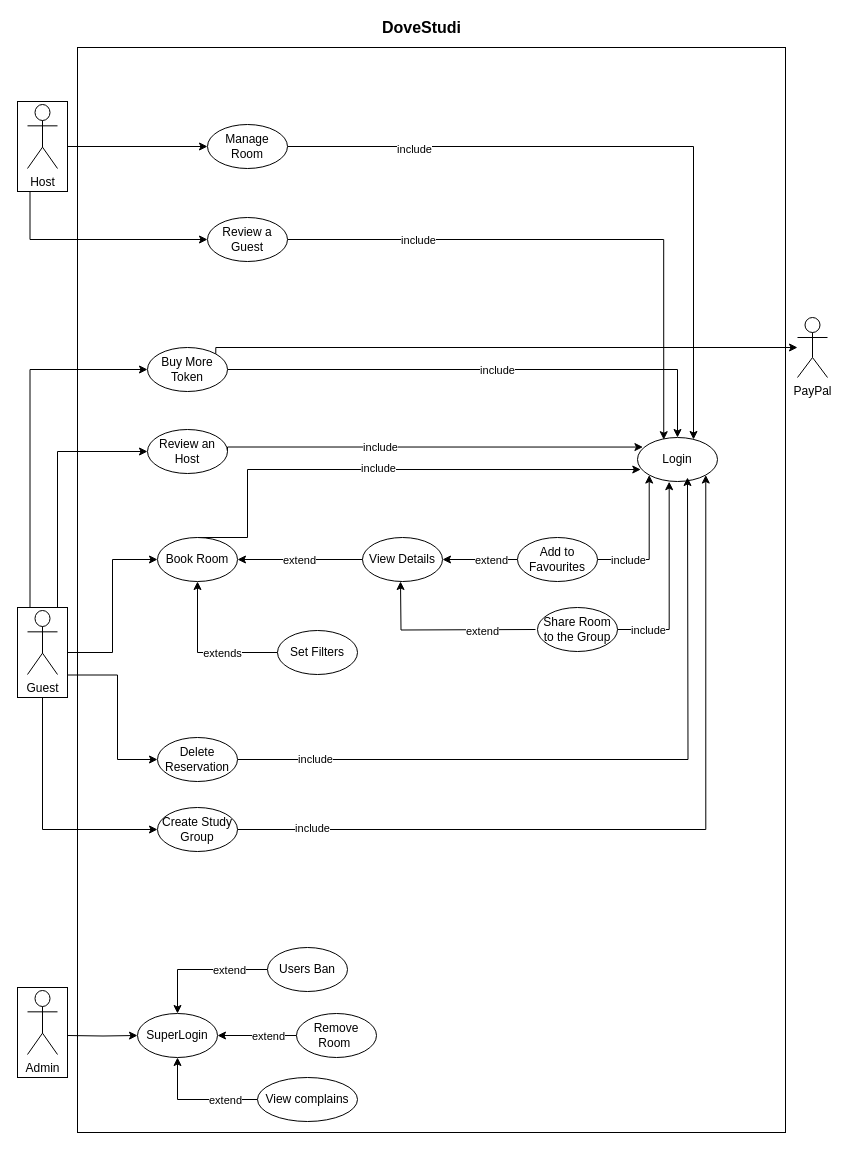
nic-agos/DoveStudi keeps this draw.io diagram as Deliverables/SRS/DoveStudi UCD.drawio. Above is the earlier version. Source tidied: cells renumbered, new cells numbered last; positions are measured from the earlier drawing's top-left corner, leaving out a move shared by most shapes. Both pictures are drawn from the tidied source at 100%, with x=0, y=0 at pixel (17, 17).
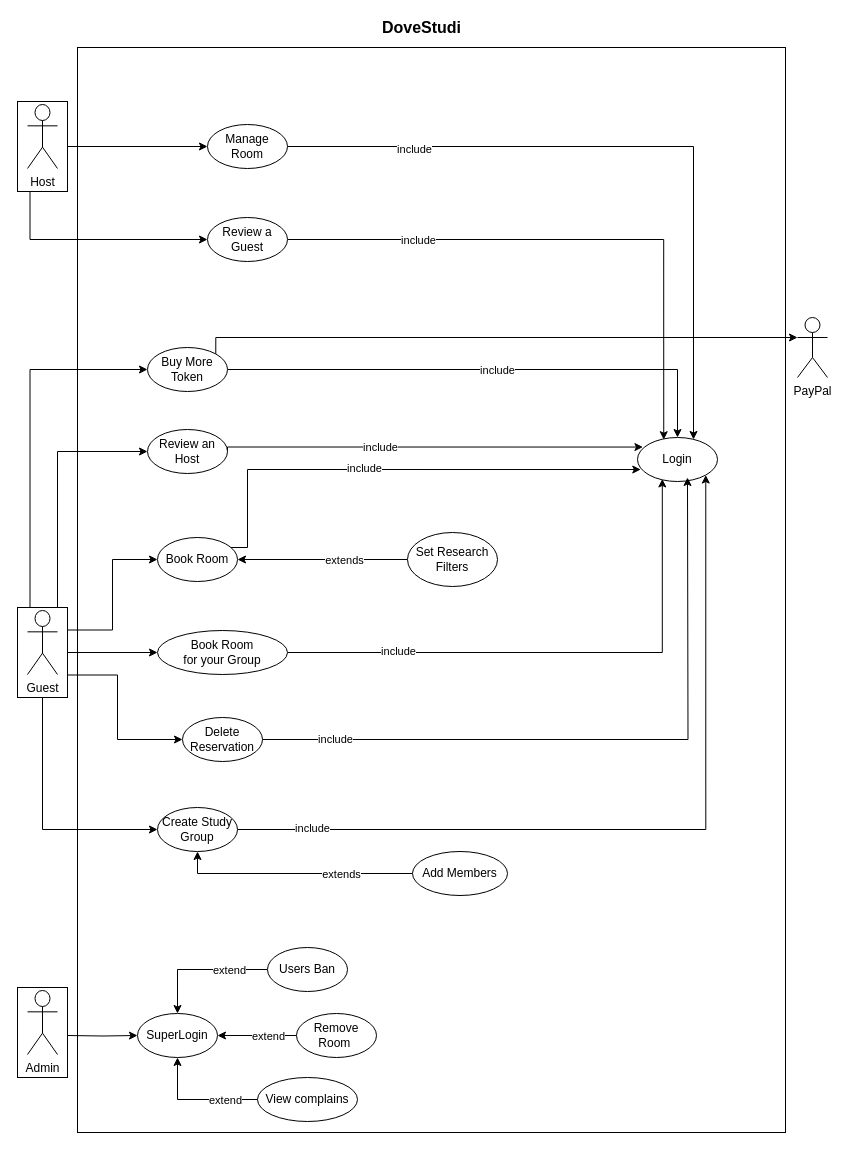
The same diagram, later.

The change refers to these unchanged cells:
```xml
<mxCell id="9" value="Login" style="ellipse;whiteSpace=wrap;html=1;" parent="1" vertex="1">
  <mxGeometry x="620" y="420" width="80" height="44" as="geometry" />
</mxCell>
<mxCell id="44" value="Book Room" style="ellipse;whiteSpace=wrap;html=1;" parent="1" vertex="1">
  <mxGeometry x="140" y="520" width="80" height="44" as="geometry" />
</mxCell>
<mxCell id="47" value="Create Study&lt;br&gt;Group" style="ellipse;whiteSpace=wrap;html=1;" parent="1" vertex="1">
  <mxGeometry x="140" y="790" width="80" height="44" as="geometry" />
</mxCell>
<mxCell id="57" style="rounded=0;whiteSpace=wrap;html=1;direction=south;fillColor=none;" parent="1" vertex="1">
  <mxGeometry y="590" width="50" height="90" as="geometry" />
</mxCell>
<mxCell id="67" value="Buy More Token" style="ellipse;whiteSpace=wrap;html=1;" parent="1" vertex="1">
  <mxGeometry x="130" y="330" width="80" height="44" as="geometry" />
</mxCell>
<mxCell id="68" value="PayPal" style="shape=umlActor;verticalLabelPosition=bottom;verticalAlign=top;html=1;outlineConnect=0;" parent="1" vertex="1">
  <mxGeometry x="780" y="300" width="30" height="60" as="geometry" />
</mxCell>
```

Change to the diagram source:
```diff
@@
-    <mxCell id="4" style="edgeStyle=orthogonalEdgeStyle;rounded=0;jettySize=auto;html=1;entryX=0;entryY=0.5;entryDx=0;entryDy=0;exitX=0.5;exitY=0;exitDx=0;exitDy=0;" parent="1" edge="1" source="57" target="44">
-      <mxGeometry relative="1" as="geometry" />
-    </mxCell>
@@
     <mxCell id="6" style="edgeStyle=orthogonalEdgeStyle;rounded=0;jettySize=auto;html=1;entryX=0;entryY=0.5;entryDx=0;entryDy=0;exitX=0.75;exitY=0;exitDx=0;exitDy=0;" parent="1" edge="1" source="57" target="50">
       <mxGeometry relative="1" as="geometry">
         <Array as="points">
           <mxPoint x="100" y="658" />
-          <mxPoint x="100" y="742" />
+          <mxPoint x="100" y="722" />
         </Array>
       </mxGeometry>
     </mxCell>
@@
-    <mxCell id="19" style="edgeStyle=orthogonalEdgeStyle;rounded=0;jettySize=auto;html=1;exitX=0;exitY=0.5;exitDx=0;exitDy=0;entryX=0.5;entryY=1;entryDx=0;entryDy=0;" parent="1" edge="1" source="21" target="44">
+    <mxCell id="19" style="edgeStyle=orthogonalEdgeStyle;rounded=0;jettySize=auto;html=1;exitX=0;exitY=0.5;exitDx=0;exitDy=0;entryX=1;entryY=0.5;entryDx=0;entryDy=0;" parent="1" edge="1" source="21" target="44">
       <mxGeometry relative="1" as="geometry" />
     </mxCell>
@@
-    <mxCell id="21" value="Set Filters" style="ellipse;whiteSpace=wrap;html=1;" parent="1" vertex="1">
-      <mxGeometry x="260" y="613" width="80" height="44" as="geometry" />
+    <mxCell id="21" value="Set Research Filters" style="ellipse;whiteSpace=wrap;html=1;" parent="1" vertex="1">
+      <mxGeometry x="390" y="515" width="90" height="54" as="geometry" />
     </mxCell>
-    <mxCell id="22" style="edgeStyle=orthogonalEdgeStyle;rounded=0;jettySize=auto;html=1;exitX=1;exitY=0.5;exitDx=0;exitDy=0;entryX=0.396;entryY=1.004;entryDx=0;entryDy=0;entryPerimeter=0;" parent="1" edge="1" source="26" target="9">
-      <mxGeometry relative="1" as="geometry" />
-    </mxCell>
-    <mxCell id="23" value="include" style="edgeLabel;html=1;align=center;verticalAlign=middle;" parent="22" vertex="1">
-      <mxGeometry x="-0.62" y="1" relative="1" as="geometry">
-        <mxPoint x="-7.6" y="1" as="offset" />
-      </mxGeometry>
-    </mxCell>
-    <mxCell id="24" style="edgeStyle=orthogonalEdgeStyle;rounded=0;orthogonalLoop=1;jettySize=auto;html=1;exitX=0;exitY=0.5;exitDx=0;exitDy=0;entryX=0.5;entryY=1;entryDx=0;entryDy=0;" parent="1" edge="1">
-      <mxGeometry relative="1" as="geometry">
-        <mxPoint x="518" y="612" as="sourcePoint" />
-        <mxPoint x="383" y="564" as="targetPoint" />
-      </mxGeometry>
-    </mxCell>
-    <mxCell id="25" value="extend" style="edgeLabel;html=1;align=center;verticalAlign=middle;" parent="24" vertex="1">
-      <mxGeometry x="-0.41" y="1" relative="1" as="geometry" />
-    </mxCell>
-    <mxCell id="26" value="Share Room&lt;br&gt;to the Group" style="ellipse;whiteSpace=wrap;html=1;" parent="1" vertex="1">
-      <mxGeometry x="520" y="590" width="80" height="44" as="geometry" />
-    </mxCell>
-    <mxCell id="27" style="edgeStyle=orthogonalEdgeStyle;rounded=0;jettySize=auto;html=1;exitX=1;exitY=0.5;exitDx=0;exitDy=0;entryX=0;entryY=1;entryDx=0;entryDy=0;" parent="1" edge="1" source="31" target="9">
-      <mxGeometry relative="1" as="geometry">
-        <Array as="points">
-          <mxPoint x="632" y="542" />
-        </Array>
-      </mxGeometry>
-    </mxCell>
-    <mxCell id="28" value="include" style="edgeLabel;html=1;align=center;verticalAlign=middle;" parent="27" vertex="1">
-      <mxGeometry x="-0.27" y="1" relative="1" as="geometry">
-        <mxPoint x="-19.6" y="1" as="offset" />
-      </mxGeometry>
-    </mxCell>
-    <mxCell id="29" style="edgeStyle=orthogonalEdgeStyle;rounded=0;jettySize=auto;html=1;exitX=0;exitY=0.5;exitDx=0;exitDy=0;entryX=1;entryY=0.5;entryDx=0;entryDy=0;" parent="1" edge="1" source="31" target="37">
-      <mxGeometry relative="1" as="geometry" />
-    </mxCell>
-    <mxCell id="30" value="extend" style="edgeLabel;html=1;align=center;verticalAlign=middle;" parent="29" vertex="1">
-      <mxGeometry x="-0.28" relative="1" as="geometry" />
-    </mxCell>
-    <mxCell id="31" value="Add to Favourites" style="ellipse;whiteSpace=wrap;html=1;" parent="1" vertex="1">
-      <mxGeometry x="500" y="520" width="80" height="44" as="geometry" />
-    </mxCell>
@@
-    <mxCell id="35" style="edgeStyle=orthogonalEdgeStyle;rounded=0;jettySize=auto;html=1;exitX=0;exitY=0.5;exitDx=0;exitDy=0;entryX=1;entryY=0.5;entryDx=0;entryDy=0;" parent="1" edge="1" source="37" target="44">
-      <mxGeometry relative="1" as="geometry">
-        <Array as="points">
-          <mxPoint x="350" y="542" />
-        </Array>
-      </mxGeometry>
-    </mxCell>
-    <mxCell id="36" value="extend" style="edgeLabel;html=1;align=center;verticalAlign=middle;" parent="35" vertex="1">
-      <mxGeometry x="-0.18" relative="1" as="geometry">
-        <mxPoint x="-18.3" as="offset" />
-      </mxGeometry>
-    </mxCell>
-    <mxCell id="37" value="View Details" style="ellipse;whiteSpace=wrap;html=1;" parent="1" vertex="1">
-      <mxGeometry x="345" y="520" width="80" height="44" as="geometry" />
-    </mxCell>
@@
     <mxCell id="42" style="edgeStyle=orthogonalEdgeStyle;rounded=0;jettySize=auto;html=1;exitX=0.5;exitY=0;exitDx=0;exitDy=0;entryX=0.041;entryY=0.728;entryDx=0;entryDy=0;entryPerimeter=0;" parent="1" edge="1" source="44" target="9">
       <mxGeometry relative="1" as="geometry">
         <Array as="points">
-          <mxPoint x="230" y="520" />
+          <mxPoint x="180" y="530" />
+          <mxPoint x="230" y="530" />
           <mxPoint x="230" y="452" />
         </Array>
       </mxGeometry>
     </mxCell>
@@
     <mxCell id="50" value="Delete Reservation" style="ellipse;whiteSpace=wrap;html=1;" parent="1" vertex="1">
-      <mxGeometry x="140" y="720" width="80" height="44" as="geometry" />
+      <mxGeometry x="165" y="700" width="80" height="44" as="geometry" />
     </mxCell>
@@
+    <mxCell id="4" style="edgeStyle=orthogonalEdgeStyle;rounded=0;jettySize=auto;html=1;exitX=0.25;exitY=0;exitDx=0;exitDy=0;entryX=0;entryY=0.5;entryDx=0;entryDy=0;" parent="1" edge="1" source="57" target="44">
+      <mxGeometry relative="1" as="geometry" />
+    </mxCell>
+    <mxCell id="69" style="edgeStyle=orthogonalEdgeStyle;rounded=0;jettySize=auto;html=1;exitX=0.5;exitY=0;exitDx=0;exitDy=0;entryX=0;entryY=0.5;entryDx=0;entryDy=0;" parent="1" edge="1" source="57" target="72">
+      <mxGeometry relative="1" as="geometry" />
+    </mxCell>
@@
     <mxCell id="66" style="edgeStyle=orthogonalEdgeStyle;rounded=0;jettySize=auto;html=1;exitX=1;exitY=0;exitDx=0;exitDy=0;" parent="1" edge="1" source="67" target="68">
       <mxGeometry relative="1" as="geometry">
         <Array as="points">
-          <mxPoint x="199" y="330" />
+          <mxPoint x="198" y="320" />
         </Array>
       </mxGeometry>
     </mxCell>
@@
+    <mxCell id="70" style="edgeStyle=orthogonalEdgeStyle;rounded=0;jettySize=auto;html=1;exitX=1;exitY=0.5;exitDx=0;exitDy=0;entryX=0.31;entryY=0.942;entryDx=0;entryDy=0;entryPerimeter=0;" parent="1" edge="1" source="72" target="9">
+      <mxGeometry relative="1" as="geometry" />
+    </mxCell>
+    <mxCell id="71" value="include" style="edgeLabel;html=1;align=center;verticalAlign=middle;" parent="70" vertex="1">
+      <mxGeometry x="-0.6" y="2" relative="1" as="geometry" />
+    </mxCell>
+    <mxCell id="72" value="Book Room&lt;br&gt;for your Group" style="ellipse;whiteSpace=wrap;html=1;" parent="1" vertex="1">
+      <mxGeometry x="140" y="613" width="130" height="44" as="geometry" />
+    </mxCell>
+    <mxCell id="73" style="edgeStyle=orthogonalEdgeStyle;rounded=0;jettySize=auto;html=1;exitX=0;exitY=0.5;exitDx=0;exitDy=0;entryX=0.5;entryY=1;entryDx=0;entryDy=0;" parent="1" edge="1" source="75" target="47">
+      <mxGeometry relative="1" as="geometry" />
+    </mxCell>
+    <mxCell id="74" value="extends" style="edgeLabel;html=1;align=center;verticalAlign=middle;" parent="73" vertex="1">
+      <mxGeometry x="-0.39" relative="1" as="geometry" />
+    </mxCell>
+    <mxCell id="75" value="Add Members" style="ellipse;whiteSpace=wrap;html=1;" parent="1" vertex="1">
+      <mxGeometry x="395" y="834" width="95" height="44" as="geometry" />
+    </mxCell>
```
